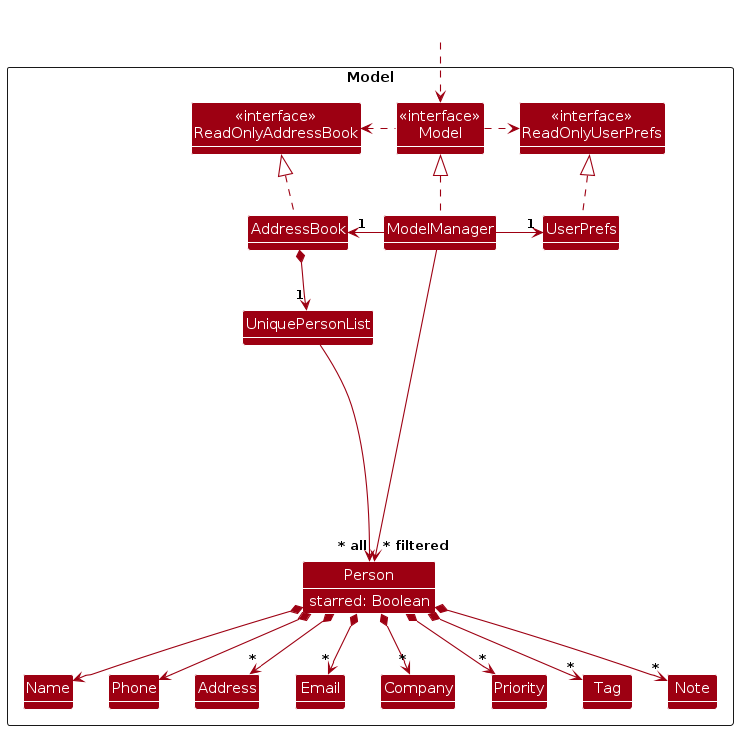
Earlier version of the PlantUML export diagrams/ModelClassDiagram.png (AY2324S2-CS2103T-F14-4/tp). Its source is kept beside it as diagrams/ModelClassDiagram.puml.
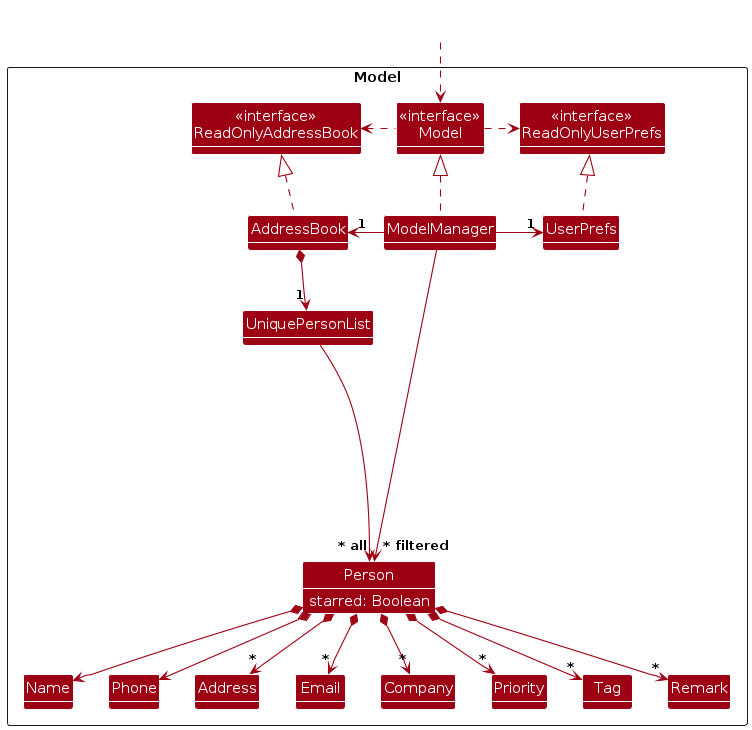
After the change.

The edit, as a diff of the source:
```diff
@@ -21,7 +21,7 @@
 Class Company
 Class Priority
 Class Tag
-Class Note
+Class Remark
 
 Class I #FFFFFF
 }
@@ -47,7 +47,8 @@
 Person *--> "*" Company
 Person *--> "*" Priority
 Person *--> "*" Tag
-Person *--> "*" Note
+Person *--> "*" Remark
+
 Person : starred: Boolean
 
 Person -[hidden]up--> I
```
